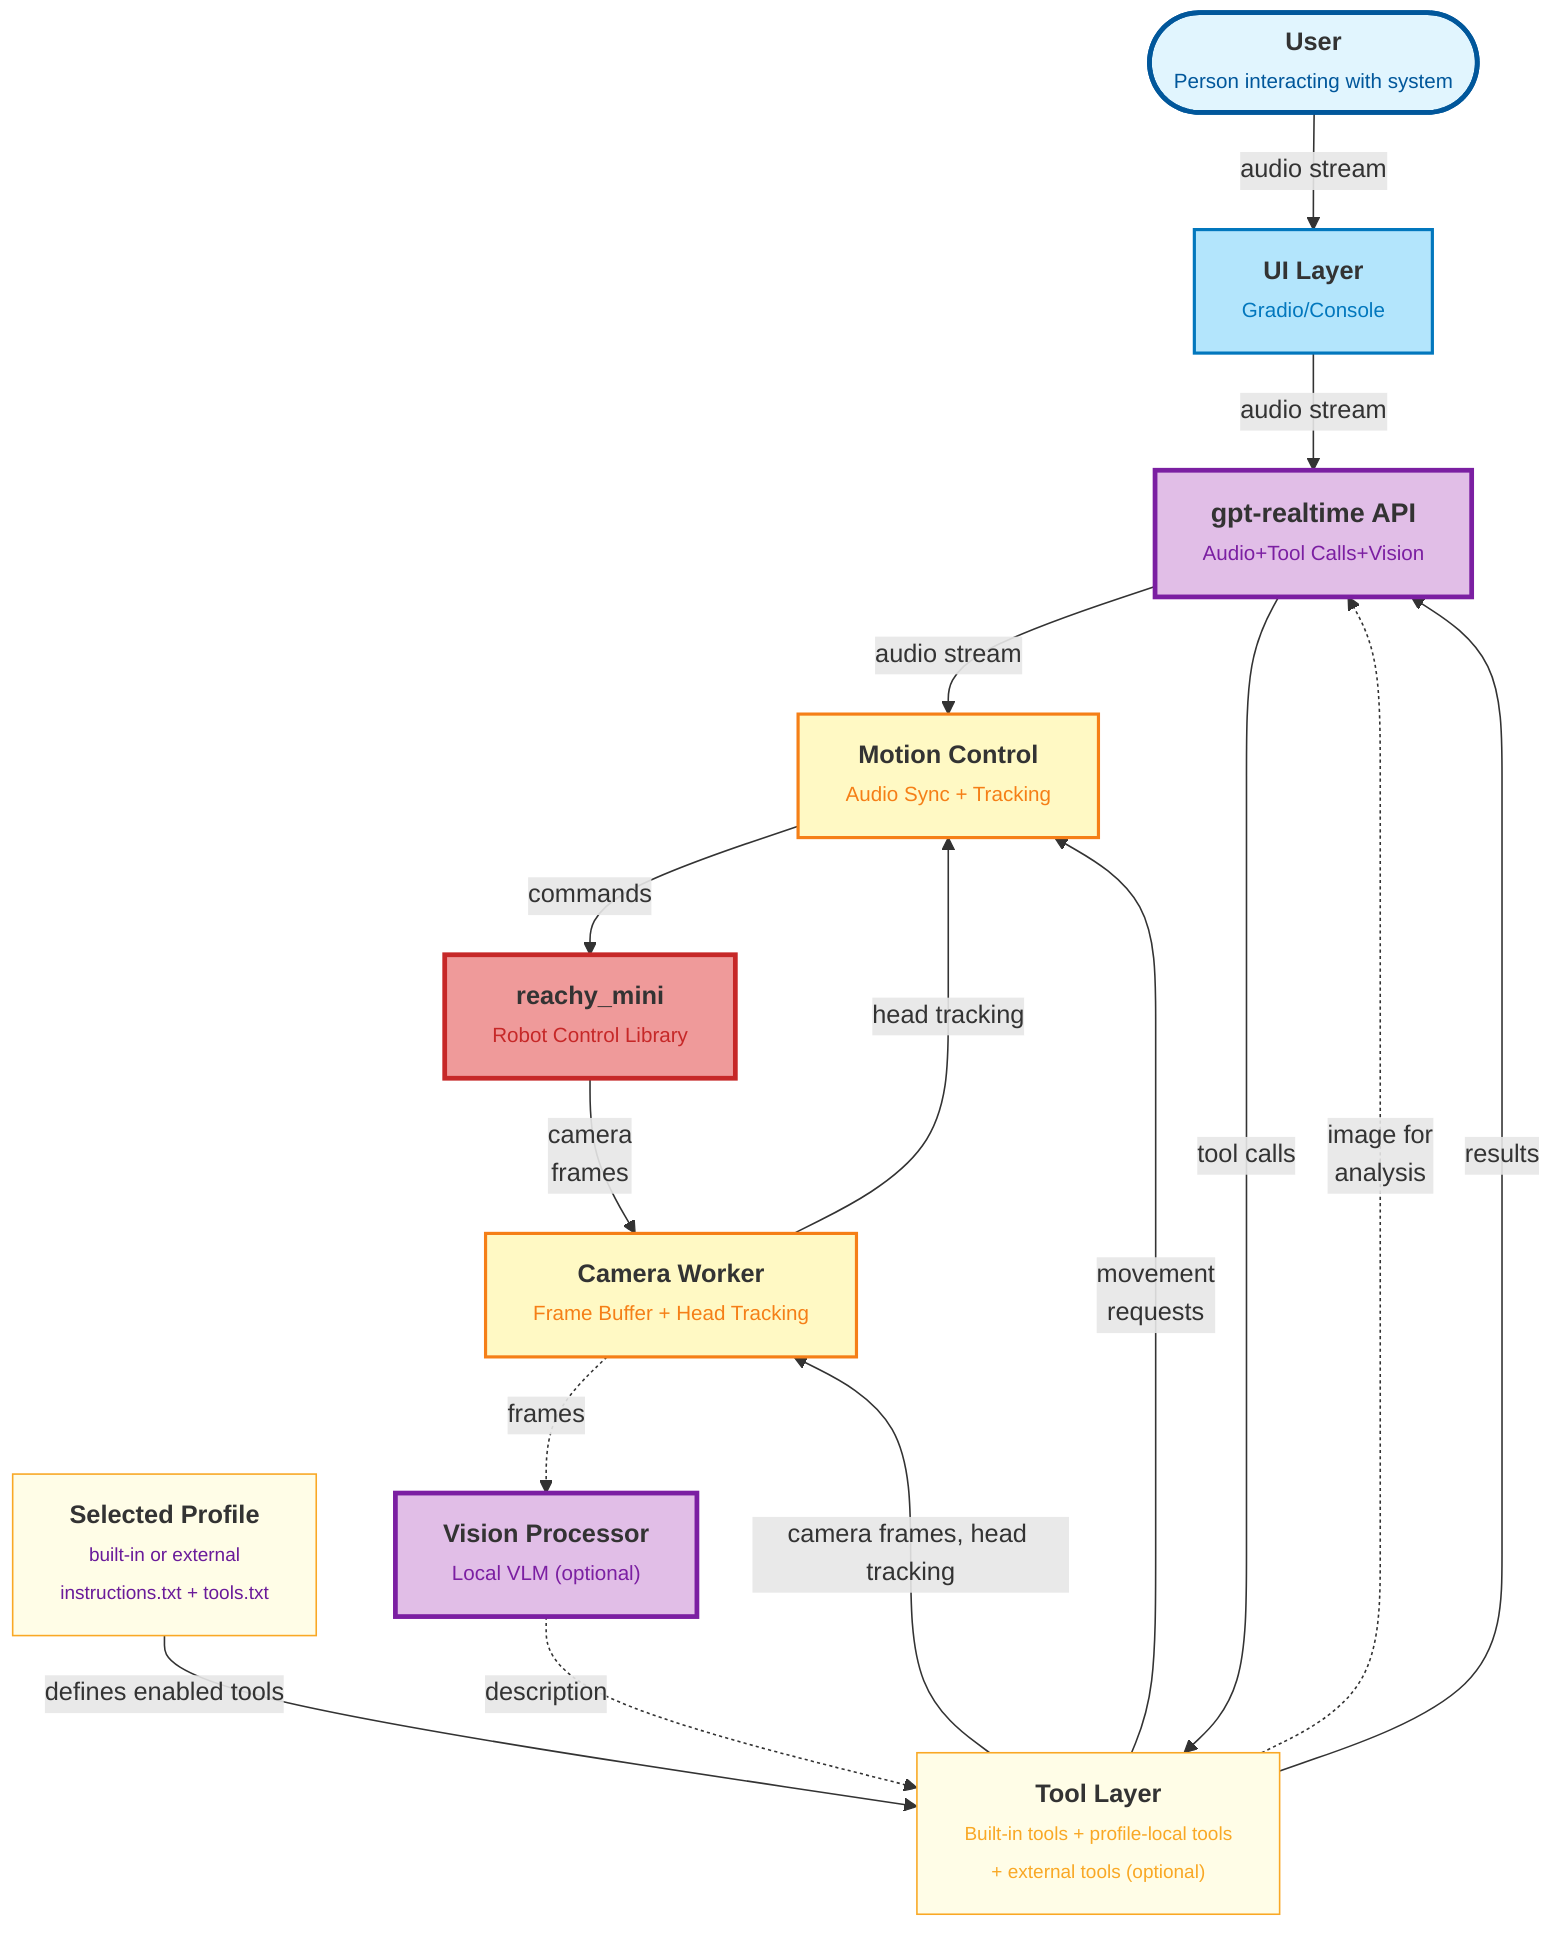
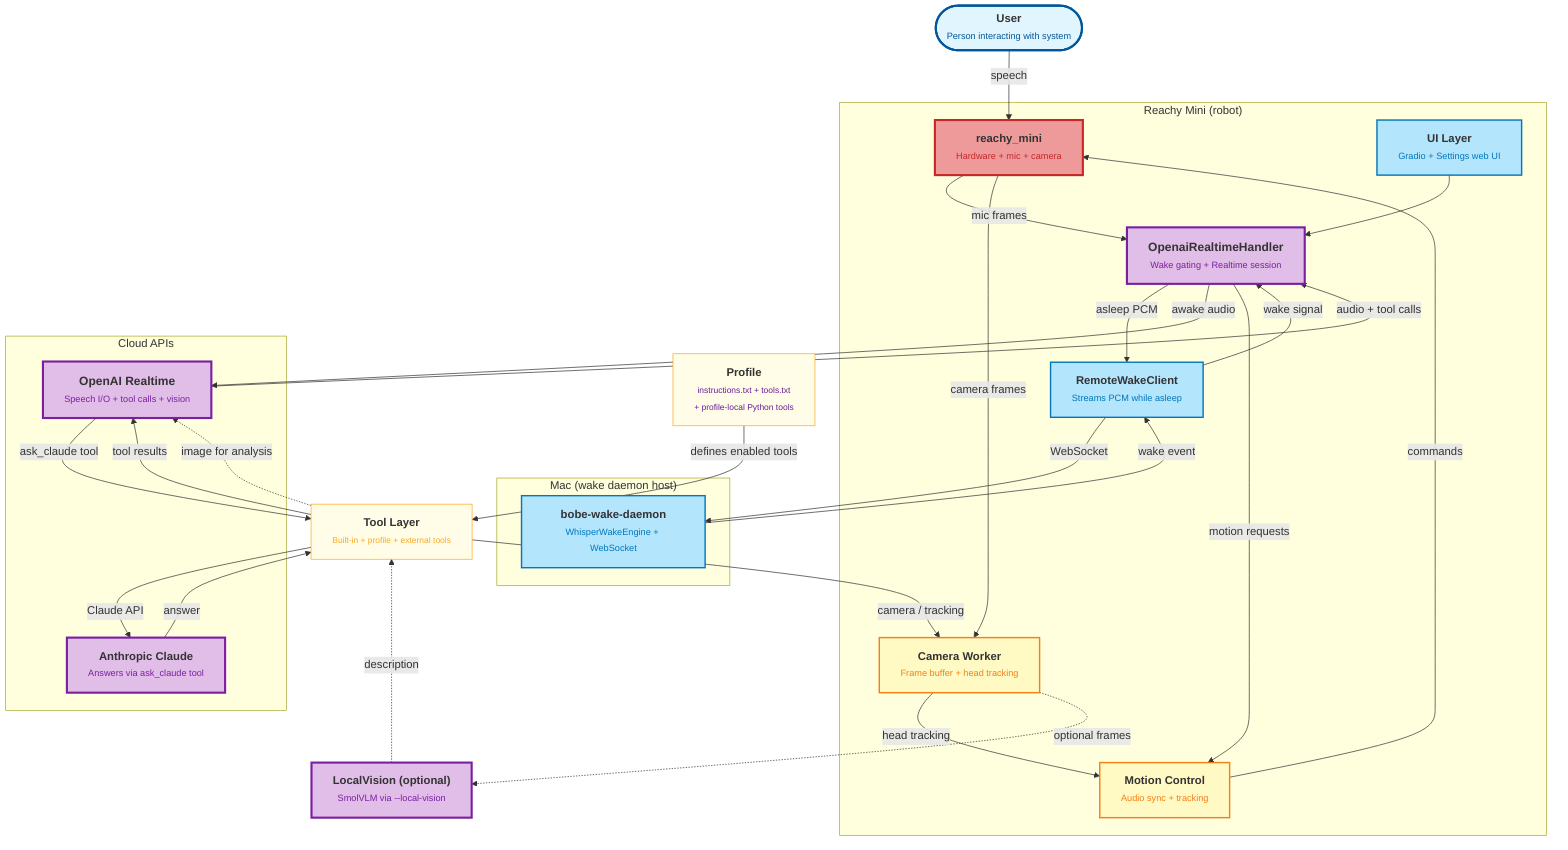
---
config:
  layout: dagre
  flowchart:
    htmlLabels: true
---
flowchart TB
    User(["<span style='font-size:16px;font-weight:bold;'>User</span><br><span style='font-size:13px;color:#01579b;'>Person interacting with system</span>"])
-       -- audio stream -->
-     UI@{ label: "<span style='font-size:16px;font-weight:bold;'>UI Layer</span><br><span style='font-size:13px;color:#0277bd;'>Gradio/Console</span>" }

-     UI -- audio stream -->
-     OpenAI@{ label: "<span style='font-size:17px;font-weight:bold;'>gpt-realtime API</span><br><span style='font-size:13px; color:#7b1fa2;'>Audio+Tool Calls+Vision</span>" }
+     User -- speech --> Robot

-     OpenAI -- audio stream -->
-     Motion@{ label: "<span style='font-size:16px;font-weight:bold;'>Motion Control</span><br><span style='font-size:13px;color:#f57f17;'>Audio Sync + Tracking</span>" }
+     subgraph RobotSide["Reachy Mini (robot)"]
+         Robot@{ label: "<span style='font-size:16px;font-weight:bold;'>reachy_mini</span><br><span style='font-size:13px;color:#c62828;'>Hardware + mic + camera</span>" }
+         UI@{ label: "<span style='font-size:16px;font-weight:bold;'>UI Layer</span><br><span style='font-size:13px;color:#0277bd;'>Gradio + Settings web UI</span>" }
+         Orchestrator@{ label: "<span style='font-size:17px;font-weight:bold;'>OpenaiRealtimeHandler</span><br><span style='font-size:13px;color:#7b1fa2;'>Wake gating + Realtime session</span>" }
+         WakeClient@{ label: "<span style='font-size:16px;font-weight:bold;'>RemoteWakeClient</span><br><span style='font-size:13px;color:#0277bd;'>Streams PCM while asleep</span>" }
+         Camera@{ label: "<span style='font-size:16px;font-weight:bold;'>Camera Worker</span><br><span style='font-size:13px;color:#f57f17;'>Frame buffer + head tracking</span>" }
+         Motion@{ label: "<span style='font-size:16px;font-weight:bold;'>Motion Control</span><br><span style='font-size:13px;color:#f57f17;'>Audio sync + tracking</span>" }
+     end

-     OpenAI -- tool calls -->
-     Handlers@{ label: "<span style='font-size:16px;font-weight:bold;'>Tool Layer</span><br><span style='font-size:12px;color:#f9a825;'>Built-in tools + profile-local tools<br/>+ external tools (optional)</span>" }
+     subgraph MacSide["Mac (wake daemon host)"]
+         WakeDaemon@{ label: "<span style='font-size:16px;font-weight:bold;'>bobe-wake-daemon</span><br><span style='font-size:13px;color:#0277bd;'>WhisperWakeEngine + WebSocket</span>" }
+     end

-     Profiles@{ label: "<span style='font-size:16px;font-weight:bold;'>Selected Profile</span><br><span style='font-size:12px;color:#6a1b9a;'>built-in or external<br/>instructions.txt + tools.txt</span>" }
+     subgraph Cloud["Cloud APIs"]
+         OpenAI@{ label: "<span style='font-size:17px;font-weight:bold;'>OpenAI Realtime</span><br><span style='font-size:13px;color:#7b1fa2;'>Speech I/O + tool calls + vision</span>" }
+         Claude@{ label: "<span style='font-size:16px;font-weight:bold;'>Anthropic Claude</span><br><span style='font-size:13px;color:#7b1fa2;'>Answers via ask_claude tool</span>" }
+     end
+ 
+     Profiles@{ label: "<span style='font-size:16px;font-weight:bold;'>Profile</span><br><span style='font-size:12px;color:#6a1b9a;'>instructions.txt + tools.txt<br/>+ profile-local Python tools</span>" }
+     Handlers@{ label: "<span style='font-size:16px;font-weight:bold;'>Tool Layer</span><br><span style='font-size:12px;color:#f9a825;'>Built-in + profile + external tools</span>" }
+     Vision@{ label: "<span style='font-size:16px;font-weight:bold;'>LocalVision (optional)</span><br><span style='font-size:13px;color:#7b1fa2;'>SmolVLM via --local-vision</span>" }
+ 
+     Robot -- mic frames --> Orchestrator
+     UI --> Orchestrator
+     Orchestrator -- asleep PCM --> WakeClient
+     WakeClient -- WebSocket --> WakeDaemon
+     WakeDaemon -- wake event --> WakeClient
+     WakeClient -- wake signal --> Orchestrator
+ 
+     Orchestrator -- awake audio --> OpenAI
+     OpenAI -- audio + tool calls --> Orchestrator
+     Orchestrator -- motion requests --> Motion
+     Motion -- commands --> Robot
+ 
+     OpenAI -- ask_claude tool --> Handlers
+     Handlers -- Claude API --> Claude
+     Claude -- answer --> Handlers
+     Handlers -- tool results --> OpenAI

    Profiles -- defines enabled tools --> Handlers
- 
-     Handlers -- movement
-     requests --> Motion
- 
-     Handlers -- camera frames, head tracking -->
-     Camera@{ label: "<span style='font-size:16px;font-weight:bold;'>Camera Worker</span><br><span style='font-size:13px;color:#f57f17;'>Frame Buffer + Head Tracking</span>" }
- 
-     Handlers -. image for
-     analysis .-> OpenAI
- 
+     Handlers -- camera / tracking --> Camera
+     Robot -- camera frames --> Camera
    Camera -- head tracking --> Motion

-     Camera -. frames .->
-     Vision@{ label: "<span style='font-size:16px;font-weight:bold;'>Vision Processor</span><br><span style='font-size:13px;color:#7b1fa2;'>Local VLM (optional)</span>" }
+     Camera -. optional frames .-> Vision
+     Vision -. description .-> Handlers
+     Handlers -. image for analysis .-> OpenAI

-     Vision -. description .-> Handlers
+     User:::userStyle
+     UI:::uiStyle
+     OpenAI:::aiStyle
+     Claude:::aiStyle
+     Orchestrator:::aiStyle
+     Motion:::coreStyle
+     Profiles:::toolStyle
+     Handlers:::toolStyle
+     Camera:::coreStyle
+     Vision:::aiStyle
+     Robot:::hardwareStyle
+     WakeClient:::uiStyle
+     WakeDaemon:::uiStyle

-     Robot@{ label: "<span style='font-size:16px;font-weight:bold;'>reachy_mini</span><br><span style='font-size:13px;color:#c62828;'>Robot Control Library</span>" }
-     -- camera
-     frames --> Camera
- 
-     Motion -- commands --> Robot
- 
-     Handlers -- results --> OpenAI
- 
-      User:::userStyle
-      UI:::uiStyle
-      OpenAI:::aiStyle
-      Motion:::coreStyle
-      Profiles:::toolStyle
-      Handlers:::toolStyle
-      Camera:::coreStyle
-      Vision:::aiStyle
-      Robot:::hardwareStyle
    classDef userStyle fill:#e1f5fe,stroke:#01579b,stroke-width:3px
    classDef uiStyle fill:#b3e5fc,stroke:#0277bd,stroke-width:2px
    classDef aiStyle fill:#e1bee7,stroke:#7b1fa2,stroke-width:3px
    classDef coreStyle fill:#fff9c4,stroke:#f57f17,stroke-width:2px
    classDef hardwareStyle fill:#ef9a9a,stroke:#c62828,stroke-width:3px
    classDef toolStyle fill:#fffde7,stroke:#f9a825,stroke-width:1px
